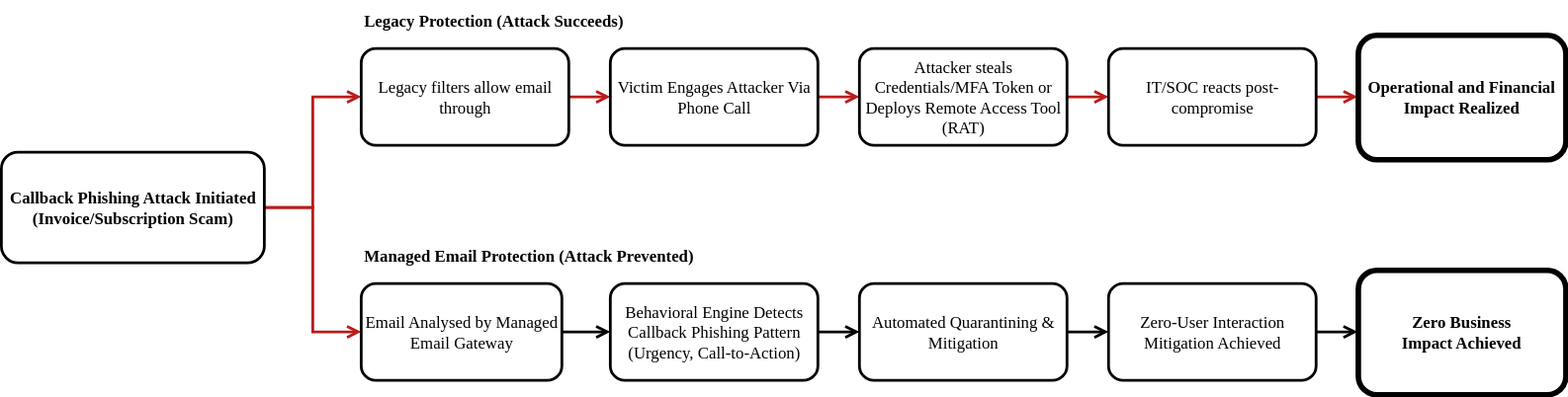
The draw.io diagram assets/graphs/graph-callback-phishing.svg in khalavak/sublime-webpage, before a commit. Source tidied: cells renumbered, new cells last; positions are measured from the earlier drawing's top-left corner, leaving out a move shared by most shapes.
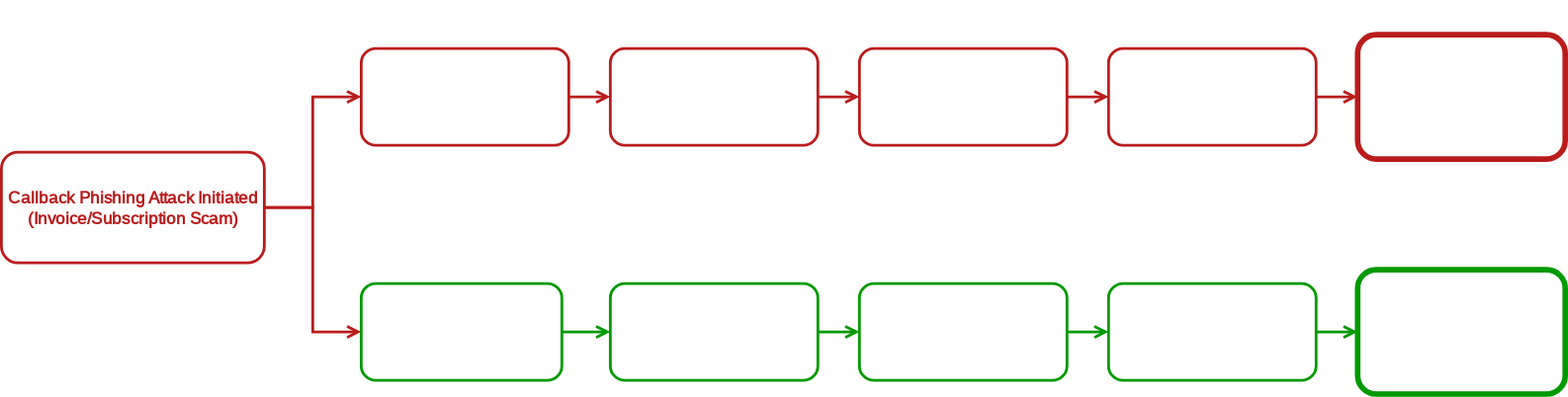
Above is the later version.

Commit message:
i18n tag updates, nav fix, small UI improvements

The edit, as a diff of the source:
```diff
@@ -5,22 +5,22 @@
     <mxCell id="2" style="edgeStyle=orthogonalEdgeStyle;rounded=0;jettySize=auto;html=1;entryX=0;entryY=0.5;entryDx=0;entryDy=0;strokeColor=light-dark(#B91C1B,#B91C1B);endArrow=open;endFill=0;strokeWidth=2;" parent="1" edge="1" source="4" target="8">
       <mxGeometry relative="1" as="geometry" />
     </mxCell>
-    <mxCell id="3" style="edgeStyle=orthogonalEdgeStyle;rounded=0;jettySize=auto;html=1;entryX=0;entryY=0.5;entryDx=0;entryDy=0;strokeColor=light-dark(#B91C1B,#B91C1B);endArrow=open;endFill=0;strokeWidth=2;" parent="1" edge="1" source="4" target="6">
-      <mxGeometry relative="1" as="geometry" />
-    </mxCell>
+    <mxCell id="25" style="edgeStyle=orthogonalEdgeStyle;rounded=0;jettySize=auto;html=1;entryX=0;entryY=0.5;entryDx=0;entryDy=0;strokeColor=light-dark(#B91C1B,#B91C1B);endArrow=open;endFill=0;strokeWidth=2;" parent="1" edge="1" source="4" target="27">
+      <mxGeometry relative="1" as="geometry" />
+    </mxCell>
-    <mxCell id="4" value="&lt;span&gt;&lt;b&gt;Callback Phishing Attack Initiated (Invoice/Subscription Scam)&lt;/b&gt;&lt;/span&gt;" style="rounded=1;whiteSpace=wrap;html=1;strokeColor=light-dark(#000000,#B91C1B);fontColor=light-dark(#000000,#B91C1B);fillColor=none;strokeWidth=2;perimeterSpacing=0;fontFamily=Readex Pro;fontSource=https%3A%2F%2Ffonts.googleapis.com%2Fcss%3Ffamily%3DReadex%2BPro;" parent="1" vertex="1">
+    <mxCell id="4" value="&lt;span&gt;&lt;span&gt;Callback Phishing Attack Initiated (Invoice/Subscription Scam)&lt;/span&gt;&lt;/span&gt;" style="rounded=1;whiteSpace=wrap;html=1;strokeColor=light-dark(#000000,#B91C1B);fontColor=light-dark(#000000,#B91C1B);fillColor=none;strokeWidth=2;perimeterSpacing=0;fontFamily=Readex Pro;fontSource=https%3A%2F%2Ffonts.googleapis.com%2Fcss%3Ffamily%3DReadex%2BPro;fontStyle=1;" parent="1" vertex="1">
       <mxGeometry y="110" width="190" height="80" as="geometry" />
     </mxCell>
-    <mxCell id="5" style="edgeStyle=orthogonalEdgeStyle;rounded=0;jettySize=auto;html=1;entryX=0;entryY=0.5;entryDx=0;entryDy=0;strokeColor=light-dark(#000000,#009900);endArrow=open;endFill=0;strokeWidth=2;" parent="1" edge="1" source="6" target="17">
-      <mxGeometry relative="1" as="geometry" />
-    </mxCell>
-    <mxCell id="6" value="&lt;span&gt;Email Analysed by Managed Email Gateway&lt;/span&gt;" style="rounded=1;whiteSpace=wrap;html=1;strokeColor=light-dark(#000000,#009900);fillColor=none;strokeWidth=2;fontFamily=Readex Pro;fontSource=https%3A%2F%2Ffonts.googleapis.com%2Fcss%3Ffamily%3DReadex%2BPro;" parent="1" vertex="1">
-      <mxGeometry x="260" y="205" width="145" height="70" as="geometry" />
-    </mxCell>
+    <mxCell id="26" style="edgeStyle=orthogonalEdgeStyle;rounded=0;jettySize=auto;html=1;entryX=0;entryY=0.5;entryDx=0;entryDy=0;strokeColor=light-dark(#000000,#009900);endArrow=open;endFill=0;strokeWidth=2;" parent="1" edge="1" source="27" target="17">
+      <mxGeometry relative="1" as="geometry" />
+    </mxCell>
+    <mxCell id="27" value="Email Analysed by Managed Email Service" style="rounded=1;whiteSpace=wrap;html=1;strokeColor=light-dark(#000000,#009900);fillColor=none;strokeWidth=2;fontFamily=Readex Pro;fontSource=https%3A%2F%2Ffonts.googleapis.com%2Fcss%3Ffamily%3DReadex%2BPro;" parent="1" vertex="1">
+      <mxGeometry x="260" y="205" width="145" height="70" as="geometry" />
+    </mxCell>
     <mxCell id="7" style="edgeStyle=orthogonalEdgeStyle;rounded=0;jettySize=auto;html=1;entryX=0;entryY=0.5;entryDx=0;entryDy=0;strokeColor=light-dark(#B91C1B,#B91C1B);endArrow=open;endFill=0;strokeWidth=2;" parent="1" edge="1" source="8" target="10">
       <mxGeometry relative="1" as="geometry" />
     </mxCell>
-    <mxCell id="8" value="Legacy filters allow email through" style="rounded=1;whiteSpace=wrap;html=1;strokeColor=light-dark(#000000,#B91C1B);fillColor=none;fontColor=light-dark(#000000,#FFFFFF);strokeWidth=2;fontFamily=Readex Pro;fontSource=https%3A%2F%2Ffonts.googleapis.com%2Fcss%3Ffamily%3DReadex%2BPro;" parent="1" vertex="1">
+    <mxCell id="8" value="Legacy filters allow&lt;br&gt;email through" style="rounded=1;whiteSpace=wrap;html=1;strokeColor=light-dark(#000000,#B91C1B);fillColor=none;fontColor=light-dark(#000000,#FFFFFF);strokeWidth=2;fontFamily=Readex Pro;fontSource=https%3A%2F%2Ffonts.googleapis.com%2Fcss%3Ffamily%3DReadex%2BPro;" parent="1" vertex="1">
       <mxGeometry x="260" y="35" width="150" height="70" as="geometry" />
     </mxCell>
     <mxCell id="9" style="edgeStyle=orthogonalEdgeStyle;rounded=0;jettySize=auto;html=1;strokeColor=light-dark(#B91C1B,#B91C1B);endArrow=open;endFill=0;strokeWidth=2;" parent="1" edge="1" source="10" target="12">
@@ -29,18 +29,18 @@
     <mxCell id="10" value="&lt;span&gt;Victim Engages Attacker Via Phone Call&lt;/span&gt;" style="rounded=1;whiteSpace=wrap;html=1;strokeColor=light-dark(#000000,#B91C1B);fillColor=none;fontColor=light-dark(#000000,#FFFFFF);strokeWidth=2;fontFamily=Readex Pro;fontSource=https%3A%2F%2Ffonts.googleapis.com%2Fcss%3Ffamily%3DReadex%2BPro;" parent="1" vertex="1">
       <mxGeometry x="440" y="35" width="150" height="70" as="geometry" />
     </mxCell>
-    <mxCell id="11" style="edgeStyle=orthogonalEdgeStyle;rounded=0;jettySize=auto;html=1;exitX=1;exitY=0.5;exitDx=0;exitDy=0;entryX=0;entryY=0.5;entryDx=0;entryDy=0;strokeColor=light-dark(#B91C1B,#B91C1B);endArrow=open;endFill=0;strokeWidth=2;" parent="1" edge="1" source="12" target="14">
-      <mxGeometry relative="1" as="geometry" />
-    </mxCell>
+    <mxCell id="28" style="edgeStyle=orthogonalEdgeStyle;rounded=0;jettySize=auto;html=1;exitX=1;exitY=0.5;exitDx=0;exitDy=0;entryX=0;entryY=0.5;entryDx=0;entryDy=0;strokeColor=light-dark(#B91C1B,#B91C1B);endArrow=open;endFill=0;strokeWidth=2;" parent="1" edge="1" source="12" target="30">
+      <mxGeometry relative="1" as="geometry" />
+    </mxCell>
     <mxCell id="12" value="&lt;span&gt;Attacker steals Credentials/MFA Token or Deploys Remote Access Tool (RAT)&lt;/span&gt;" style="rounded=1;whiteSpace=wrap;html=1;strokeColor=light-dark(#000000,#B91C1B);fillColor=none;fontColor=light-dark(#000000,#FFFFFF);strokeWidth=2;fontFamily=Readex Pro;fontSource=https%3A%2F%2Ffonts.googleapis.com%2Fcss%3Ffamily%3DReadex%2BPro;" parent="1" vertex="1">
       <mxGeometry x="620" y="35" width="150" height="70" as="geometry" />
     </mxCell>
-    <mxCell id="13" style="edgeStyle=orthogonalEdgeStyle;rounded=0;jettySize=auto;html=1;entryX=0;entryY=0.5;entryDx=0;entryDy=0;strokeColor=light-dark(#B91C1B,#B91C1B);endArrow=open;endFill=0;strokeWidth=2;" parent="1" edge="1" source="14" target="15">
-      <mxGeometry relative="1" as="geometry" />
-    </mxCell>
-    <mxCell id="14" value="IT/SOC reacts post-compromise" style="rounded=1;whiteSpace=wrap;html=1;strokeColor=light-dark(#000000,#B91C1B);fillColor=none;fontColor=light-dark(#000000,#FFFFFF);strokeWidth=2;fontFamily=Readex Pro;fontSource=https%3A%2F%2Ffonts.googleapis.com%2Fcss%3Ffamily%3DReadex%2BPro;" parent="1" vertex="1">
-      <mxGeometry x="800" y="35" width="150" height="70" as="geometry" />
-    </mxCell>
+    <mxCell id="29" style="edgeStyle=orthogonalEdgeStyle;rounded=0;jettySize=auto;html=1;entryX=0;entryY=0.5;entryDx=0;entryDy=0;strokeColor=light-dark(#B91C1B,#B91C1B);endArrow=open;endFill=0;strokeWidth=2;" parent="1" edge="1" source="30" target="15">
+      <mxGeometry relative="1" as="geometry" />
+    </mxCell>
+    <mxCell id="30" value="IT / SOC reacts post-compromise" style="rounded=1;whiteSpace=wrap;html=1;strokeColor=light-dark(#000000,#B91C1B);fillColor=none;fontColor=light-dark(#000000,#FFFFFF);strokeWidth=2;fontFamily=Readex Pro;fontSource=https%3A%2F%2Ffonts.googleapis.com%2Fcss%3Ffamily%3DReadex%2BPro;" parent="1" vertex="1">
+      <mxGeometry x="800" y="35" width="150" height="70" as="geometry" />
+    </mxCell>
     <mxCell id="15" value="&lt;b&gt;Operational and Financial Impact Realized&lt;/b&gt;" style="rounded=1;whiteSpace=wrap;html=1;strokeColor=light-dark(#000000,#B91C1B);fillColor=none;fontColor=light-dark(#000000,#FFFFFF);strokeWidth=4;fontFamily=Readex Pro;fontSource=https%3A%2F%2Ffonts.googleapis.com%2Fcss%3Ffamily%3DReadex%2BPro;" parent="1" vertex="1">
       <mxGeometry x="980" y="25" width="150" height="90" as="geometry" />
     </mxCell>
```
